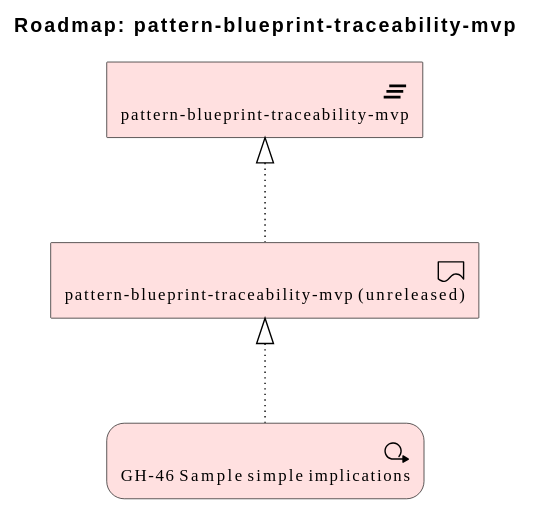
Earlier version of the PlantUML export architecture/model/diagrams/migration/plat-pattern-blueprint-traceability-mvp-6.svg (wolffy-au/frictionless-architect).
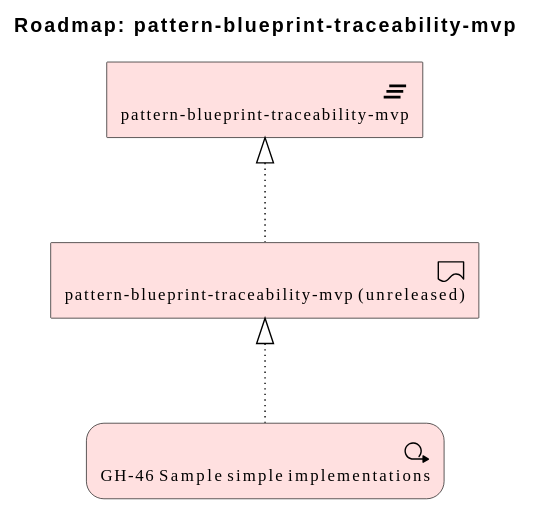
After the commit.

What changed in the source:
```diff
@@ -5,8 +5,8 @@
 
 Implementation_Deliverable(e_id47763e4ecc1e5b, "pattern-blueprint-traceability-mvp (unreleased)")
 Implementation_Plateau(e_idc33d8de46a5452, "pattern-blueprint-traceability-mvp")
-Implementation_WorkPackage(e_idcd31097b54e551, "GH-46 Sample simple implications")
+Implementation_WorkPackage(e_id0d0b37c2136c51, "GH-46 Sample simple implementations")
 
 Rel_Realization_Up(e_id47763e4ecc1e5b, e_idc33d8de46a5452, "")
-Rel_Realization_Up(e_idcd31097b54e551, e_id47763e4ecc1e5b, "")
+Rel_Realization_Up(e_id0d0b37c2136c51, e_id47763e4ecc1e5b, "")
 @enduml
```
